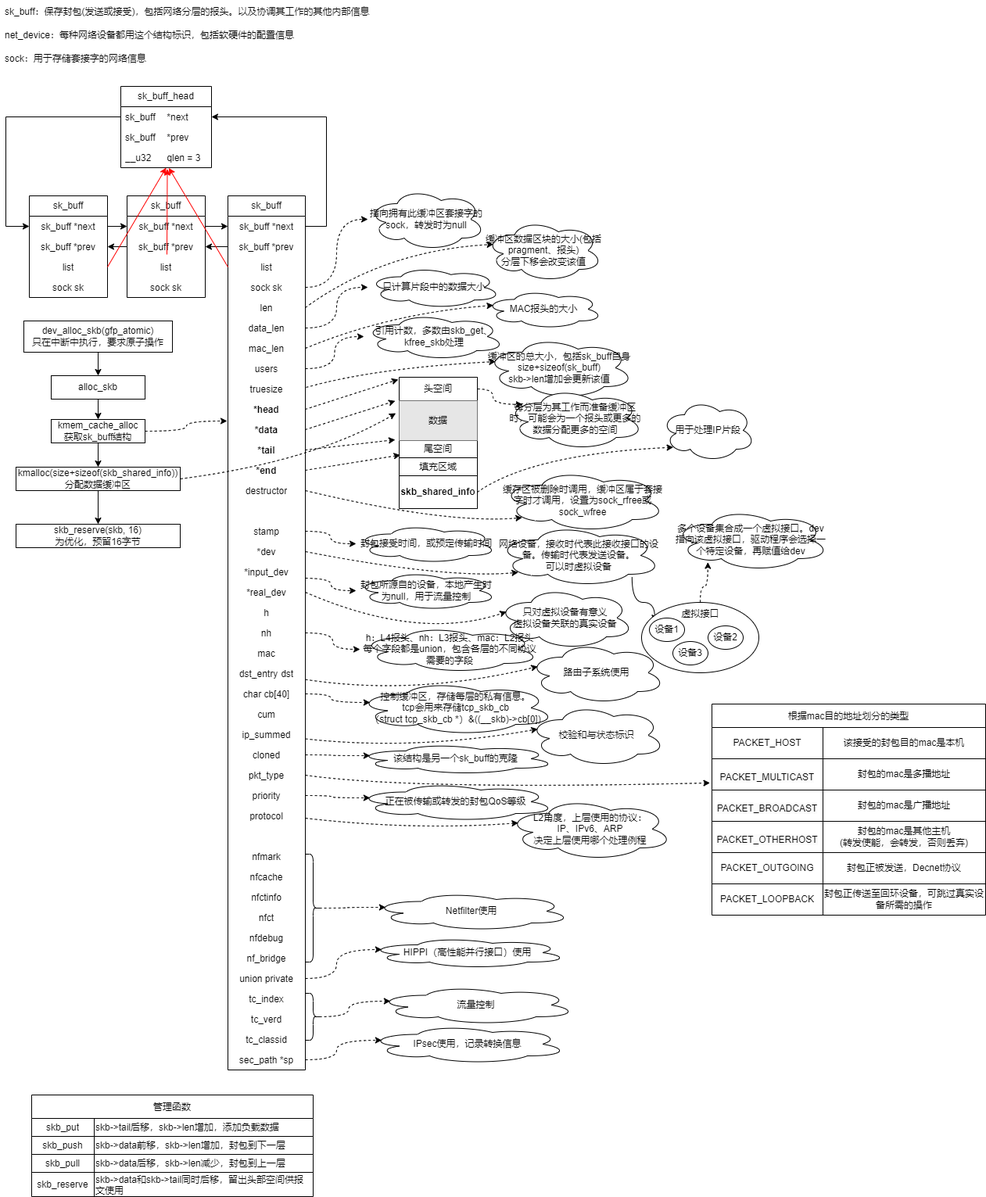
This is 深入理解Linux网络/关键数据结构.drawio.png from nayitian/drawio, a draw.io export, as it was before one commit. Source tidied: cells renumbered, new cells last; positions are measured from the earlier drawing's top-left corner, leaving out a move shared by most shapes.
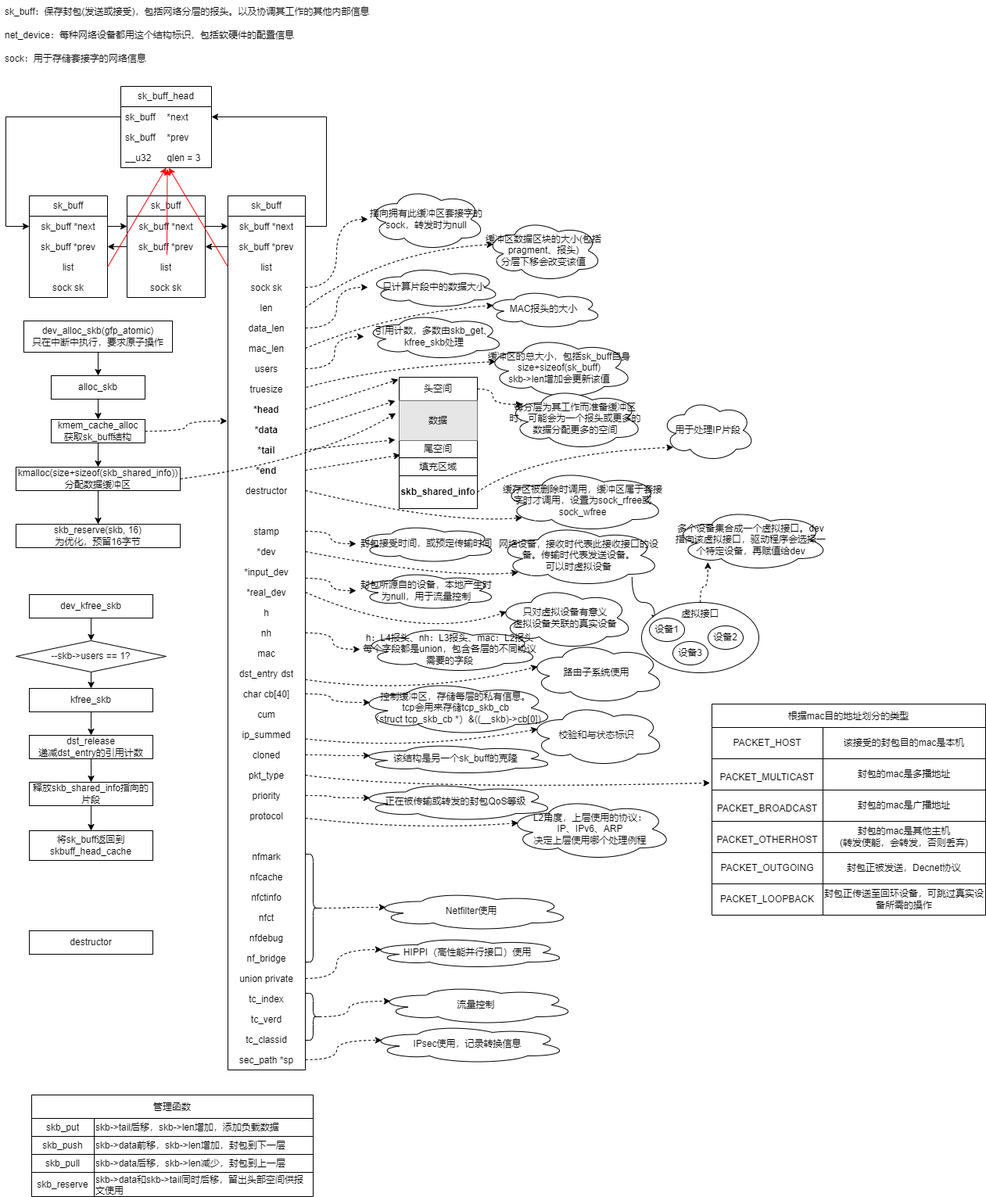
Above is the later version.

Commit message:
更新关键数据结构.drawio.png

Change to the diagram source:
```diff
@@ -639,5 +639,41 @@
     <mxCell id="192" value="skb_reserve(skb, 16)&lt;div&gt;为优化，预留16字节&lt;/div&gt;" style="whiteSpace=wrap;html=1;" parent="1" vertex="1">
       <mxGeometry x="16" y="670" width="210" height="30" as="geometry" />
     </mxCell>
+    <mxCell id="193" style="edgeStyle=orthogonalEdgeStyle;rounded=0;jettySize=auto;html=1;entryX=0.5;entryY=0;entryDx=0;entryDy=0;" parent="1" edge="1" source="194" target="196">
+      <mxGeometry relative="1" as="geometry" />
+    </mxCell>
+    <mxCell id="194" value="dev_kfree_skb" style="whiteSpace=wrap;html=1;" parent="1" vertex="1">
+      <mxGeometry x="33" y="760" width="158" height="30" as="geometry" />
+    </mxCell>
+    <mxCell id="195" style="edgeStyle=orthogonalEdgeStyle;rounded=0;jettySize=auto;html=1;exitX=0.5;exitY=1;exitDx=0;exitDy=0;entryX=0.5;entryY=0;entryDx=0;entryDy=0;" parent="1" edge="1" source="196" target="198">
+      <mxGeometry relative="1" as="geometry" />
+    </mxCell>
+    <mxCell id="196" value="--skb-&amp;gt;users == 1?" style="rhombus;whiteSpace=wrap;html=1;" parent="1" vertex="1">
+      <mxGeometry x="16" y="819" width="192" height="40" as="geometry" />
+    </mxCell>
+    <mxCell id="197" style="edgeStyle=orthogonalEdgeStyle;rounded=0;jettySize=auto;html=1;" parent="1" edge="1" source="198" target="200">
+      <mxGeometry relative="1" as="geometry" />
+    </mxCell>
+    <mxCell id="198" value="kfree_skb" style="whiteSpace=wrap;html=1;" parent="1" vertex="1">
+      <mxGeometry x="33" y="880" width="158" height="30" as="geometry" />
+    </mxCell>
+    <mxCell id="199" style="edgeStyle=orthogonalEdgeStyle;rounded=0;jettySize=auto;html=1;" parent="1" edge="1" source="200" target="203">
+      <mxGeometry relative="1" as="geometry" />
+    </mxCell>
+    <mxCell id="200" value="dst_release&lt;br&gt;递减dst_entry的引用计数" style="whiteSpace=wrap;html=1;" parent="1" vertex="1">
+      <mxGeometry x="33" y="940" width="158" height="30" as="geometry" />
+    </mxCell>
+    <mxCell id="201" value="destructor" style="whiteSpace=wrap;html=1;" parent="1" vertex="1">
+      <mxGeometry x="33" y="1190" width="158" height="30" as="geometry" />
+    </mxCell>
+    <mxCell id="202" style="edgeStyle=orthogonalEdgeStyle;rounded=0;jettySize=auto;html=1;" parent="1" edge="1" source="203" target="204">
+      <mxGeometry relative="1" as="geometry" />
+    </mxCell>
+    <mxCell id="203" value="释放skb_shared_info指向的片段" style="whiteSpace=wrap;html=1;" parent="1" vertex="1">
+      <mxGeometry x="33" y="1000" width="158" height="30" as="geometry" />
+    </mxCell>
+    <mxCell id="204" value="将sk_buff返回到skbuff_head_cache" style="whiteSpace=wrap;html=1;" parent="1" vertex="1">
+      <mxGeometry x="33" y="1062" width="158" height="38" as="geometry" />
+    </mxCell>
   </root>
 </mxGraphModel>
```
